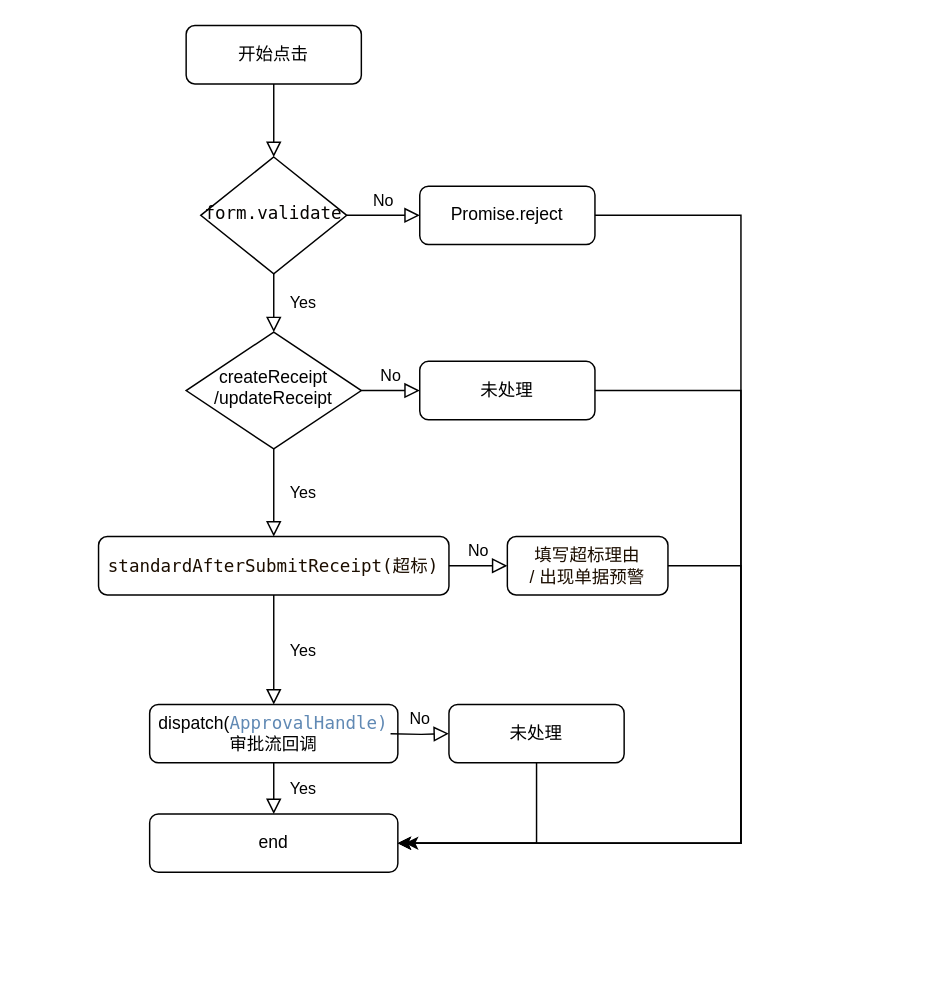
This is workflow.drawio from littlelady2015/yctea, a draw.io file, before an edit. Source tidied: cells renumbered, new cells numbered last; positions are measured from the earlier drawing's top-left corner, leaving out a move shared by most shapes. Both pictures are drawn from the tidied source at 146%, with x=0, y=0 at pixel (98, 25).
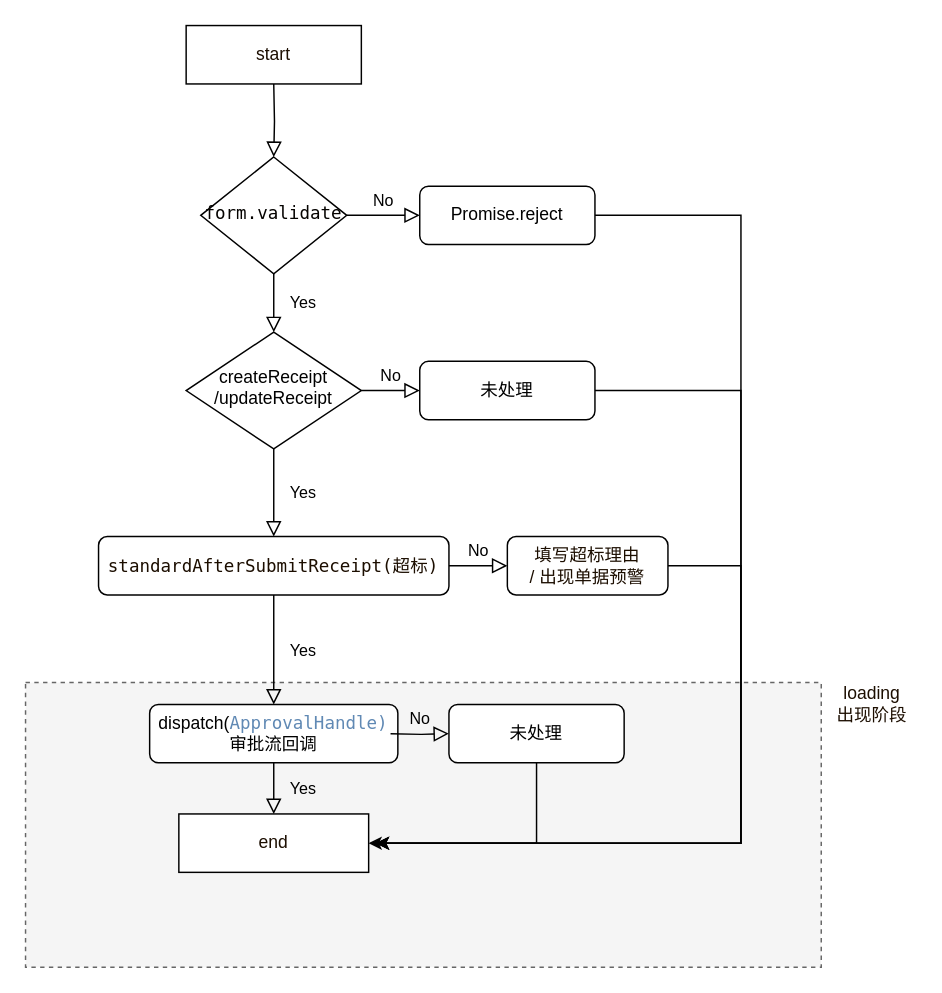
The same diagram, later.

The change refers to these unchanged cells:
```xml
<mxCell id="6" value="&lt;div style=&quot;font-family: &amp;#34;menlo&amp;#34; , &amp;#34;monaco&amp;#34; , &amp;#34;courier new&amp;#34; , monospace ; line-height: 18px&quot;&gt;&lt;font color=&quot;#050300&quot;&gt;form.validate&lt;/font&gt;&lt;/div&gt;" style="rhombus;whiteSpace=wrap;html=1;shadow=0;fontFamily=Helvetica;fontSize=12;align=center;strokeWidth=1;spacing=6;spacingTop=-4;" parent="1" vertex="1">
  <mxGeometry x="70" y="90" width="100" height="80" as="geometry" />
</mxCell>
<mxCell id="7" value="Promise.reject" style="rounded=1;whiteSpace=wrap;html=1;fontSize=12;glass=0;strokeWidth=1;shadow=0;" parent="1" vertex="1">
  <mxGeometry x="220" y="110" width="120" height="40" as="geometry" />
</mxCell>
<mxCell id="12" value="未处理" style="rounded=1;whiteSpace=wrap;html=1;fontSize=12;glass=0;strokeWidth=1;shadow=0;" parent="1" vertex="1">
  <mxGeometry x="220" y="230" width="120" height="40" as="geometry" />
</mxCell>
<mxCell id="13" value="dispatch(&lt;span style=&quot;color: rgb(96 , 137 , 180) ; font-family: &amp;#34;menlo&amp;#34; , &amp;#34;monaco&amp;#34; , &amp;#34;courier new&amp;#34; , monospace&quot;&gt;ApprovalHandle)&lt;br&gt;&lt;/span&gt;&lt;span&gt;审批流回调&lt;/span&gt;" style="rounded=1;whiteSpace=wrap;html=1;fontSize=12;glass=0;strokeWidth=1;shadow=0;" parent="1" vertex="1">
  <mxGeometry x="35" y="465" width="170" height="40" as="geometry" />
</mxCell>
<mxCell id="14" value="&lt;font color=&quot;#1c0e00&quot;&gt;填写超标理由&lt;br&gt;/ 出现单据预警&lt;/font&gt;" style="rounded=1;whiteSpace=wrap;html=1;fontSize=12;glass=0;strokeWidth=1;shadow=0;" parent="1" vertex="1">
  <mxGeometry x="280" y="350" width="110" height="40" as="geometry" />
</mxCell>
<mxCell id="20" value="未处理" style="rounded=1;whiteSpace=wrap;html=1;fontSize=12;glass=0;strokeWidth=1;shadow=0;" parent="1" vertex="1">
  <mxGeometry x="240" y="465" width="120" height="40" as="geometry" />
</mxCell>
```

Diff of the diagram source:
```diff
@@
+    <mxCell id="25" style="rounded=0;whiteSpace=wrap;html=1;labelBackgroundColor=none;fillColor=#f5f5f5;strokeColor=#666666;dashed=1;fontColor=#333333;" parent="1" vertex="1">
+      <mxGeometry x="-50" y="450" width="545" height="195" as="geometry" />
+    </mxCell>
+    <mxCell id="22" style="endArrow=classic;html=1;rounded=0;fontColor=#1C0E00;exitX=1;exitY=0.5;exitDx=0;exitDy=0;" parent="1" edge="1" source="12">
+      <mxGeometry relative="1" as="geometry">
+        <mxPoint x="190" y="560" as="targetPoint" />
+        <Array as="points">
+          <mxPoint x="440" y="250" />
+          <mxPoint x="440" y="560" />
+        </Array>
+      </mxGeometry>
+    </mxCell>
+    <mxCell id="23" style="endArrow=classic;html=1;rounded=0;fontColor=#1C0E00;exitX=1;exitY=0.5;exitDx=0;exitDy=0;" parent="1" edge="1" source="7">
+      <mxGeometry relative="1" as="geometry">
+        <mxPoint x="190" y="560" as="targetPoint" />
+        <Array as="points">
+          <mxPoint x="440" y="130" />
+          <mxPoint x="440" y="560" />
+        </Array>
+      </mxGeometry>
+    </mxCell>
+    <mxCell id="24" style="endArrow=classic;html=1;rounded=0;fontColor=#1C0E00;exitX=1;exitY=0.5;exitDx=0;exitDy=0;entryX=1;entryY=0.5;entryDx=0;entryDy=0;" parent="1" edge="1" source="14" target="17">
+      <mxGeometry relative="1" as="geometry">
+        <Array as="points">
+          <mxPoint x="440" y="370" />
+          <mxPoint x="440" y="560" />
+        </Array>
+      </mxGeometry>
+    </mxCell>
-    <mxCell id="2" style="rounded=0;html=1;jettySize=auto;fontSize=11;endArrow=block;endFill=0;endSize=8;strokeWidth=1;shadow=0;labelBackgroundColor=none;edgeStyle=orthogonalEdgeStyle;" parent="1" edge="1" source="3" target="6">
-      <mxGeometry relative="1" as="geometry" />
+    <mxCell id="2" style="rounded=0;html=1;jettySize=auto;fontSize=11;endArrow=block;endFill=0;endSize=8;strokeWidth=1;shadow=0;labelBackgroundColor=none;edgeStyle=orthogonalEdgeStyle;" parent="1" edge="1" target="6">
+      <mxGeometry relative="1" as="geometry">
+        <mxPoint x="120" y="40" as="sourcePoint" />
+      </mxGeometry>
     </mxCell>
-    <mxCell id="3" value="开始点击" style="rounded=1;whiteSpace=wrap;html=1;fontSize=12;glass=0;strokeWidth=1;shadow=0;" parent="1" vertex="1">
-      <mxGeometry x="60" width="120" height="40" as="geometry" />
-    </mxCell>
@@
-    <mxCell id="17" value="end" style="rounded=1;whiteSpace=wrap;html=1;fontSize=12;glass=0;strokeWidth=1;shadow=0;" parent="1" vertex="1">
-      <mxGeometry x="35" y="540" width="170" height="40" as="geometry" />
-    </mxCell>
-    <mxCell id="18" value="Yes" style="rounded=0;html=1;jettySize=auto;fontSize=11;endArrow=block;endFill=0;endSize=8;strokeWidth=1;shadow=0;labelBackgroundColor=none;edgeStyle=orthogonalEdgeStyle;exitX=0.5;exitY=1;exitDx=0;exitDy=0;entryX=0.5;entryY=0;entryDx=0;entryDy=0;" parent="1" edge="1" source="13" target="17">
-      <mxGeometry y="20" relative="1" as="geometry" />
+    <mxCell id="18" value="Yes" style="rounded=0;html=1;jettySize=auto;fontSize=11;endArrow=block;endFill=0;endSize=8;strokeWidth=1;shadow=0;labelBackgroundColor=none;edgeStyle=orthogonalEdgeStyle;exitX=0.5;exitY=1;exitDx=0;exitDy=0;entryX=0.5;entryY=0;entryDx=0;entryDy=0;" parent="1" edge="1" source="13">
+      <mxGeometry y="20" relative="1" as="geometry">
+        <mxPoint x="120" y="540" as="targetPoint" />
+      </mxGeometry>
     </mxCell>
@@
-    <mxCell id="21" style="endArrow=classic;html=1;rounded=0;fontColor=#1C0E00;exitX=0.5;exitY=1;exitDx=0;exitDy=0;entryX=1;entryY=0.5;entryDx=0;entryDy=0;" parent="1" edge="1" source="20" target="17">
+    <mxCell id="21" style="endArrow=classic;html=1;rounded=0;fontColor=#1C0E00;exitX=0.5;exitY=1;exitDx=0;exitDy=0;" parent="1" edge="1" source="20">
       <mxGeometry relative="1" as="geometry">
+        <mxPoint x="190" y="560" as="targetPoint" />
         <Array as="points">
           <mxPoint x="300" y="560" />
         </Array>
       </mxGeometry>
     </mxCell>
-    <mxCell id="22" style="endArrow=classic;html=1;rounded=0;fontColor=#1C0E00;exitX=1;exitY=0.5;exitDx=0;exitDy=0;" parent="1" edge="1" source="12">
-      <mxGeometry relative="1" as="geometry">
-        <mxPoint x="210" y="560" as="targetPoint" />
-        <Array as="points">
-          <mxPoint x="440" y="250" />
-          <mxPoint x="440" y="560" />
-        </Array>
-      </mxGeometry>
-    </mxCell>
-    <mxCell id="23" style="endArrow=classic;html=1;rounded=0;fontColor=#1C0E00;exitX=1;exitY=0.5;exitDx=0;exitDy=0;entryX=1;entryY=0.5;entryDx=0;entryDy=0;" parent="1" edge="1" source="7" target="17">
-      <mxGeometry relative="1" as="geometry">
-        <Array as="points">
-          <mxPoint x="440" y="130" />
-          <mxPoint x="440" y="560" />
-        </Array>
-      </mxGeometry>
-    </mxCell>
-    <mxCell id="24" style="endArrow=classic;html=1;rounded=0;fontColor=#1C0E00;exitX=1;exitY=0.5;exitDx=0;exitDy=0;entryX=1;entryY=0.5;entryDx=0;entryDy=0;" parent="1" edge="1" source="14" target="17">
-      <mxGeometry relative="1" as="geometry">
-        <Array as="points">
-          <mxPoint x="440" y="370" />
-          <mxPoint x="440" y="560" />
-        </Array>
-      </mxGeometry>
-    </mxCell>
+    <mxCell id="26" value="start" style="rounded=0;whiteSpace=wrap;html=1;labelBackgroundColor=none;fontColor=#1C0E00;" parent="1" vertex="1">
+      <mxGeometry x="60" width="120" height="40" as="geometry" />
+    </mxCell>
+    <mxCell id="17" value="end" style="rounded=0;whiteSpace=wrap;html=1;labelBackgroundColor=none;fontColor=#1C0E00;" parent="1" vertex="1">
+      <mxGeometry x="55" y="540" width="130" height="40" as="geometry" />
+    </mxCell>
+    <mxCell id="27" value="loading &lt;br&gt;出现阶段" style="text;html=1;strokeColor=none;fillColor=none;align=center;verticalAlign=middle;whiteSpace=wrap;rounded=0;dashed=1;labelBackgroundColor=none;fontColor=#1C0E00;" parent="1" vertex="1">
+      <mxGeometry x="500" y="450" width="60" height="30" as="geometry" />
+    </mxCell>
```
